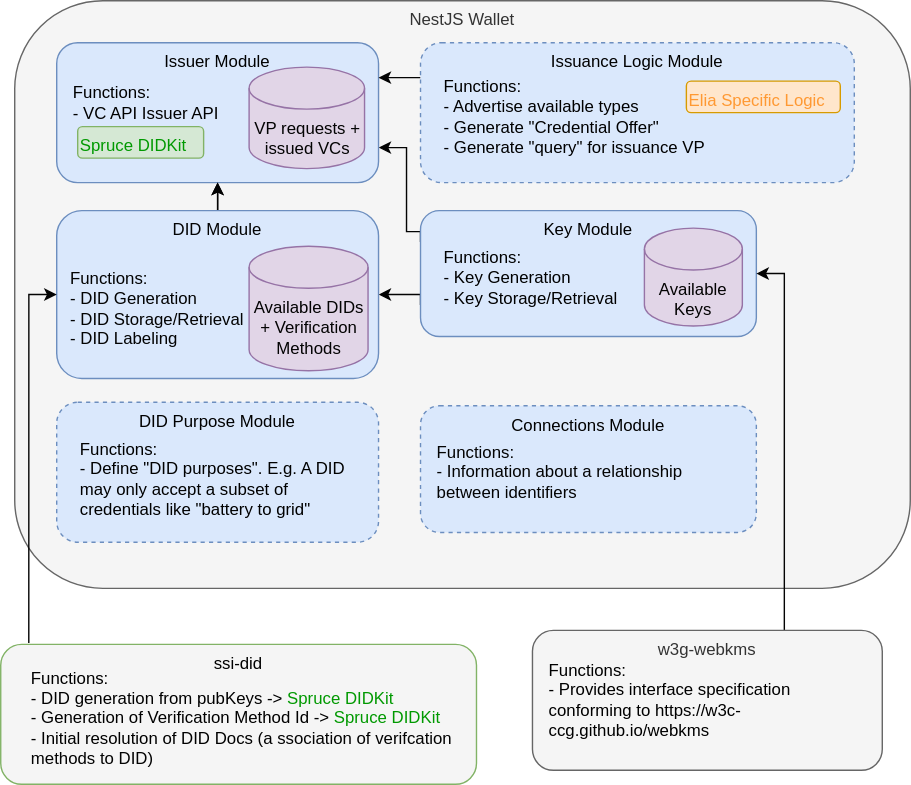
The draw.io diagram ssi-wallet-architecture.drawio.svg in openwallet-foundation-labs/vc-api, before a commit. Source tidied: cells renumbered, new cells last; positions are measured from the earlier drawing's top-left corner, leaving out a move shared by most shapes.
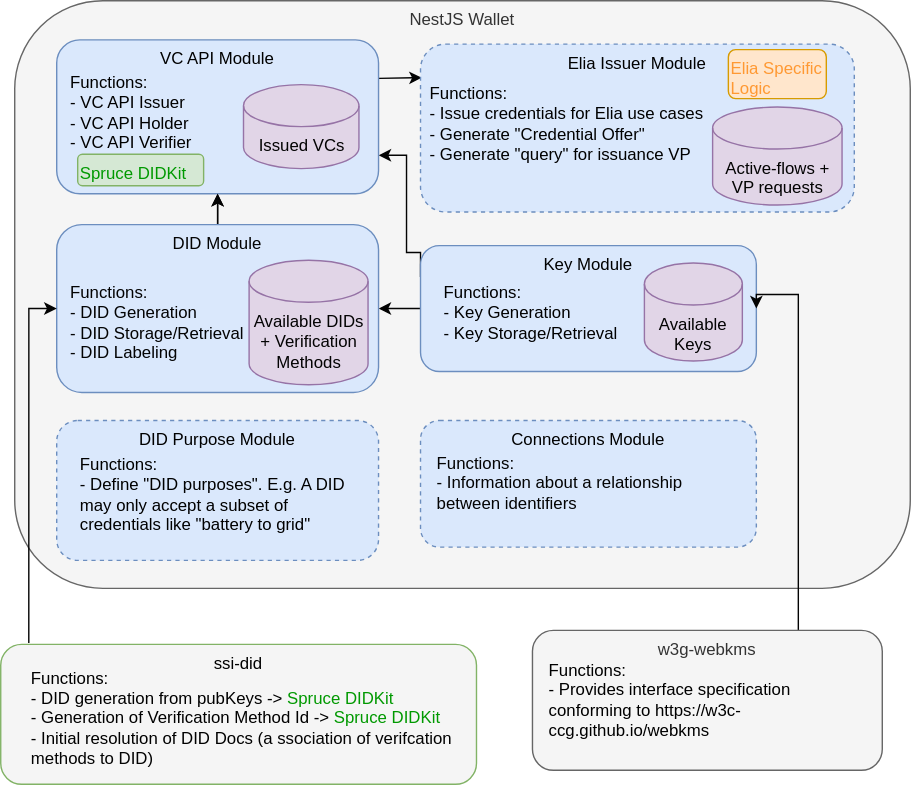
The same file after the commit.

The edit, as a diff of the source:
```diff
@@ -8,33 +8,32 @@
     <mxCell id="3" style="edgeStyle=orthogonalEdgeStyle;rounded=0;jettySize=auto;html=1;exitX=0;exitY=0.25;exitDx=0;exitDy=0;entryX=1;entryY=0.75;entryDx=0;entryDy=0;strokeColor=#030303;" parent="1" edge="1" source="5" target="8">
       <mxGeometry relative="1" as="geometry">
         <Array as="points">
-          <mxPoint x="290" y="165" />
-          <mxPoint x="290" y="105" />
+          <mxPoint x="300" y="180" />
+          <mxPoint x="290" y="180" />
+          <mxPoint x="290" y="111" />
         </Array>
       </mxGeometry>
     </mxCell>
-    <mxCell id="4" style="edgeStyle=orthogonalEdgeStyle;rounded=0;jettySize=auto;html=1;exitX=0;exitY=0.75;exitDx=0;exitDy=0;entryX=1;entryY=0.5;entryDx=0;entryDy=0;strokeColor=#030303;" parent="1" edge="1" source="5" target="12">
-      <mxGeometry relative="1" as="geometry">
-        <Array as="points">
-          <mxPoint x="280" y="210" />
-          <mxPoint x="280" y="210" />
-        </Array>
-      </mxGeometry>
+    <mxCell id="4" style="edgeStyle=none;html=1;exitX=0;exitY=0.5;exitDx=0;exitDy=0;entryX=1;entryY=0.5;entryDx=0;entryDy=0;strokeColor=#030303;" parent="1" edge="1" source="5" target="12">
+      <mxGeometry relative="1" as="geometry" />
     </mxCell>
     <mxCell id="5" value="Key Module" style="rounded=1;whiteSpace=wrap;html=1;verticalAlign=top;fillColor=#dae8fc;strokeColor=#6c8ebf;fontColor=#000000;" parent="1" vertex="1">
-      <mxGeometry x="300" y="150" width="240" height="90" as="geometry" />
+      <mxGeometry x="300" y="175" width="240" height="90" as="geometry" />
     </mxCell>
     <mxCell id="6" value="Available Keys" style="shape=cylinder3;whiteSpace=wrap;html=1;boundedLbl=1;backgroundOutline=1;size=15;verticalAlign=top;fillColor=#e1d5e7;strokeColor=#9673a6;fontColor=#030303;" parent="1" vertex="1">
-      <mxGeometry x="460" y="162.5" width="70" height="70" as="geometry" />
+      <mxGeometry x="460" y="187.5" width="70" height="70" as="geometry" />
     </mxCell>
     <mxCell id="7" value="Functions:&lt;br&gt;- Key Generation&lt;br&gt;- Key Storage/Retrieval" style="text;html=1;strokeColor=none;fillColor=none;align=left;verticalAlign=middle;whiteSpace=wrap;rounded=0;fontColor=#000000;" parent="1" vertex="1">
-      <mxGeometry x="315" y="172.5" width="130" height="50" as="geometry" />
+      <mxGeometry x="315" y="197.5" width="130" height="50" as="geometry" />
     </mxCell>
+    <mxCell id="31" style="edgeStyle=none;html=1;exitX=1;exitY=0.25;exitDx=0;exitDy=0;entryX=0.003;entryY=0.2;entryDx=0;entryDy=0;entryPerimeter=0;strokeColor=#030303;" parent="1" edge="1" source="8" target="19">
+      <mxGeometry relative="1" as="geometry" />
+    </mxCell>
-    <mxCell id="8" value="Issuer Module" style="rounded=1;whiteSpace=wrap;html=1;verticalAlign=top;fillColor=#dae8fc;strokeColor=#6c8ebf;fontColor=#000000;" parent="1" vertex="1">
-      <mxGeometry x="40" y="30" width="230" height="100" as="geometry" />
+    <mxCell id="8" value="VC API Module" style="rounded=1;whiteSpace=wrap;html=1;verticalAlign=top;fillColor=#dae8fc;strokeColor=#6c8ebf;fontColor=#000000;" parent="1" vertex="1">
+      <mxGeometry x="40" y="28" width="230" height="110" as="geometry" />
     </mxCell>
-    <mxCell id="9" value="Functions:&lt;br&gt;- VC API Issuer API" style="text;html=1;strokeColor=none;fillColor=none;align=left;verticalAlign=middle;whiteSpace=wrap;rounded=0;fontColor=#000000;" parent="1" vertex="1">
-      <mxGeometry x="50" y="47.5" width="150" height="50" as="geometry" />
+    <mxCell id="9" value="Functions:&lt;br&gt;- VC API Issuer&lt;br&gt;- VC API Holder&lt;br&gt;- VC API Verifier" style="text;html=1;strokeColor=none;fillColor=none;align=left;verticalAlign=middle;whiteSpace=wrap;rounded=0;fontColor=#000000;" parent="1" vertex="1">
+      <mxGeometry x="47.5" y="55" width="150" height="50" as="geometry" />
     </mxCell>
     <mxCell id="10" style="edgeStyle=orthogonalEdgeStyle;rounded=0;jettySize=auto;html=1;exitX=0.5;exitY=0;exitDx=0;exitDy=0;entryX=0.5;entryY=1;entryDx=0;entryDy=0;" parent="1" edge="1" source="12" target="8">
       <mxGeometry relative="1" as="geometry" />
@@ -43,42 +42,39 @@
       <mxGeometry relative="1" as="geometry" />
     </mxCell>
     <mxCell id="12" value="DID Module" style="rounded=1;whiteSpace=wrap;html=1;verticalAlign=top;fillColor=#dae8fc;strokeColor=#6c8ebf;fontColor=#030303;" parent="1" vertex="1">
-      <mxGeometry x="40" y="150" width="230" height="120" as="geometry" />
+      <mxGeometry x="40" y="160" width="230" height="120" as="geometry" />
     </mxCell>
     <mxCell id="13" value="Available DIDs + Verification Methods" style="shape=cylinder3;whiteSpace=wrap;html=1;boundedLbl=1;backgroundOutline=1;size=15;verticalAlign=top;fillColor=#e1d5e7;strokeColor=#9673a6;fontColor=#030303;" parent="1" vertex="1">
-      <mxGeometry x="177.5" y="175.5" width="85" height="89" as="geometry" />
+      <mxGeometry x="177.5" y="185.5" width="85" height="89" as="geometry" />
     </mxCell>
     <mxCell id="14" value="Functions:&lt;br&gt;- DID Generation&lt;br&gt;- DID Storage/Retrieval&lt;br&gt;- DID Labeling" style="text;html=1;strokeColor=none;fillColor=none;align=left;verticalAlign=middle;whiteSpace=wrap;rounded=0;fontColor=#030303;" parent="1" vertex="1">
-      <mxGeometry x="47.5" y="185" width="130" height="70" as="geometry" />
+      <mxGeometry x="47.5" y="195" width="130" height="70" as="geometry" />
     </mxCell>
     <mxCell id="15" value="&lt;font color=&quot;#009900&quot;&gt;Spruce DIDKit&lt;/font&gt;" style="rounded=1;whiteSpace=wrap;html=1;align=left;verticalAlign=top;fillColor=#d5e8d4;strokeColor=#82b366;fontColor=#000000;" parent="1" vertex="1">
-      <mxGeometry x="55" y="90" width="90" height="22.5" as="geometry" />
+      <mxGeometry x="55" y="109.8" width="90" height="22.5" as="geometry" />
     </mxCell>
     <mxCell id="16" value="DID Purpose Module" style="rounded=1;whiteSpace=wrap;html=1;verticalAlign=top;fillColor=#dae8fc;strokeColor=#6c8ebf;fontColor=#000000;dashed=1;" parent="1" vertex="1">
-      <mxGeometry x="40" y="287" width="230" height="100" as="geometry" />
+      <mxGeometry x="40" y="300" width="230" height="100" as="geometry" />
     </mxCell>
     <mxCell id="17" value="Connections Module" style="rounded=1;whiteSpace=wrap;html=1;verticalAlign=top;fillColor=#dae8fc;strokeColor=#6c8ebf;fontColor=#000000;dashed=1;" parent="1" vertex="1">
-      <mxGeometry x="300" y="289.5" width="240" height="90.5" as="geometry" />
+      <mxGeometry x="300" y="300" width="240" height="90.5" as="geometry" />
     </mxCell>
-    <mxCell id="18" style="edgeStyle=none;html=1;exitX=0;exitY=0.25;exitDx=0;exitDy=0;entryX=1;entryY=0.25;entryDx=0;entryDy=0;strokeColor=#030303;" parent="1" edge="1" source="19" target="8">
-      <mxGeometry relative="1" as="geometry" />
-    </mxCell>
-    <mxCell id="19" value="Issuance Logic Module" style="rounded=1;whiteSpace=wrap;html=1;verticalAlign=top;fillColor=#dae8fc;strokeColor=#6c8ebf;fontColor=#000000;dashed=1;" parent="1" vertex="1">
-      <mxGeometry x="300" y="30" width="310" height="100" as="geometry" />
+    <mxCell id="19" value="Elia Issuer Module" style="rounded=1;whiteSpace=wrap;html=1;verticalAlign=top;fillColor=#dae8fc;strokeColor=#6c8ebf;fontColor=#000000;dashed=1;" parent="1" vertex="1">
+      <mxGeometry x="300" y="31" width="310" height="120" as="geometry" />
     </mxCell>
     <mxCell id="20" value="Functions:&lt;br&gt;- Information about a relationship between identifiers" style="text;html=1;strokeColor=none;fillColor=none;align=left;verticalAlign=middle;whiteSpace=wrap;rounded=0;fontColor=#030303;" parent="1" vertex="1">
-      <mxGeometry x="310" y="314.5" width="220" height="45" as="geometry" />
+      <mxGeometry x="310" y="322.8" width="220" height="45" as="geometry" />
     </mxCell>
     <mxCell id="21" value="Functions:&lt;br&gt;- Define &quot;DID purposes&quot;. E.g. A DID may only accept a subset of credentials like &quot;battery to grid&quot;" style="text;html=1;strokeColor=none;fillColor=none;align=left;verticalAlign=middle;whiteSpace=wrap;rounded=0;fontColor=#000000;" parent="1" vertex="1">
-      <mxGeometry x="55" y="312" width="200" height="60" as="geometry" />
+      <mxGeometry x="55" y="322.8" width="200" height="60" as="geometry" />
     </mxCell>
-    <mxCell id="22" value="Functions:&lt;br&gt;- Advertise available types&lt;br&gt;- Generate &quot;Credential Offer&quot;&lt;br&gt;- Generate &quot;query&quot; for issuance VP" style="text;html=1;strokeColor=none;fillColor=none;align=left;verticalAlign=middle;whiteSpace=wrap;rounded=0;fontColor=#000000;" parent="1" vertex="1">
-      <mxGeometry x="315" y="57.5" width="190" height="50" as="geometry" />
+    <mxCell id="22" value="Functions:&lt;br&gt;- Issue credentials for Elia use cases&lt;br&gt;- Generate &quot;Credential Offer&quot;&lt;br&gt;- Generate &quot;query&quot; for issuance VP" style="text;html=1;strokeColor=none;fillColor=none;align=left;verticalAlign=middle;whiteSpace=wrap;rounded=0;fontColor=#000000;" parent="1" vertex="1">
+      <mxGeometry x="305" y="62.5" width="205" height="50" as="geometry" />
     </mxCell>
     <mxCell id="23" style="edgeStyle=orthogonalEdgeStyle;rounded=0;jettySize=auto;html=1;exitX=0.059;exitY=-0.01;exitDx=0;exitDy=0;entryX=0;entryY=0.5;entryDx=0;entryDy=0;exitPerimeter=0;strokeColor=#030303;" parent="1" edge="1" source="24" target="12">
       <mxGeometry relative="1" as="geometry">
         <Array as="points">
-          <mxPoint x="20" y="210" />
+          <mxPoint x="20" y="220" />
         </Array>
       </mxGeometry>
     </mxCell>
@@ -91,8 +87,9 @@
     <mxCell id="26" style="edgeStyle=orthogonalEdgeStyle;rounded=0;jettySize=auto;html=1;exitX=0.75;exitY=0;exitDx=0;exitDy=0;entryX=1;entryY=0.5;entryDx=0;entryDy=0;strokeColor=#030303;" parent="1" edge="1" source="27" target="5">
       <mxGeometry relative="1" as="geometry">
         <Array as="points">
-          <mxPoint x="560" y="460" />
-          <mxPoint x="560" y="195" />
+          <mxPoint x="568" y="460" />
+          <mxPoint x="570" y="460" />
+          <mxPoint x="570" y="210" />
         </Array>
       </mxGeometry>
     </mxCell>
@@ -102,11 +99,14 @@
     <mxCell id="28" value="&lt;span style=&quot;color: rgb(0 , 0 , 0)&quot;&gt;Functions:&lt;/span&gt;&lt;br style=&quot;color: rgb(0 , 0 , 0)&quot;&gt;&lt;span style=&quot;color: rgb(0 , 0 , 0)&quot;&gt;- Provides interface specification conforming to&amp;nbsp;&lt;/span&gt;&lt;font color=&quot;#000000&quot;&gt;&lt;a href=&quot;https://w3c-ccg.github.io/webkms&quot;&gt;https://w3c-ccg.github.io/webkms&lt;/a&gt;&lt;/font&gt;" style="text;html=1;strokeColor=none;fillColor=none;align=left;verticalAlign=middle;whiteSpace=wrap;rounded=0;fontColor=#030303;" parent="1" vertex="1">
       <mxGeometry x="390" y="465" width="230" height="70" as="geometry" />
     </mxCell>
-    <mxCell id="29" value="VP requests + issued VCs" style="shape=cylinder3;whiteSpace=wrap;html=1;boundedLbl=1;backgroundOutline=1;size=15;verticalAlign=top;fillColor=#e1d5e7;strokeColor=#9673a6;fontColor=#030303;" parent="1" vertex="1">
-      <mxGeometry x="177.5" y="47.5" width="82.5" height="72.5" as="geometry" />
+    <mxCell id="29" value="Issued VCs" style="shape=cylinder3;whiteSpace=wrap;html=1;boundedLbl=1;backgroundOutline=1;size=15;verticalAlign=top;fillColor=#e1d5e7;strokeColor=#9673a6;fontColor=#030303;" parent="1" vertex="1">
+      <mxGeometry x="173.5" y="60" width="82.5" height="60" as="geometry" />
     </mxCell>
     <mxCell id="30" value="&lt;font&gt;Elia Specific Logic&lt;/font&gt;" style="rounded=1;whiteSpace=wrap;html=1;align=left;verticalAlign=top;fillColor=#ffe6cc;strokeColor=#d79b00;fontColor=#FF9933;" parent="1" vertex="1">
-      <mxGeometry x="490" y="57.5" width="110" height="22.5" as="geometry" />
+      <mxGeometry x="520" y="35" width="70" height="35" as="geometry" />
     </mxCell>
+    <mxCell id="32" value="Active-flows + VP requests" style="shape=cylinder3;whiteSpace=wrap;html=1;boundedLbl=1;backgroundOutline=1;size=15;verticalAlign=top;fillColor=#e1d5e7;strokeColor=#9673a6;fontColor=#030303;" parent="1" vertex="1">
+      <mxGeometry x="508.8" y="76" width="92.5" height="70" as="geometry" />
+    </mxCell>
   </root>
 </mxGraphModel>
```
